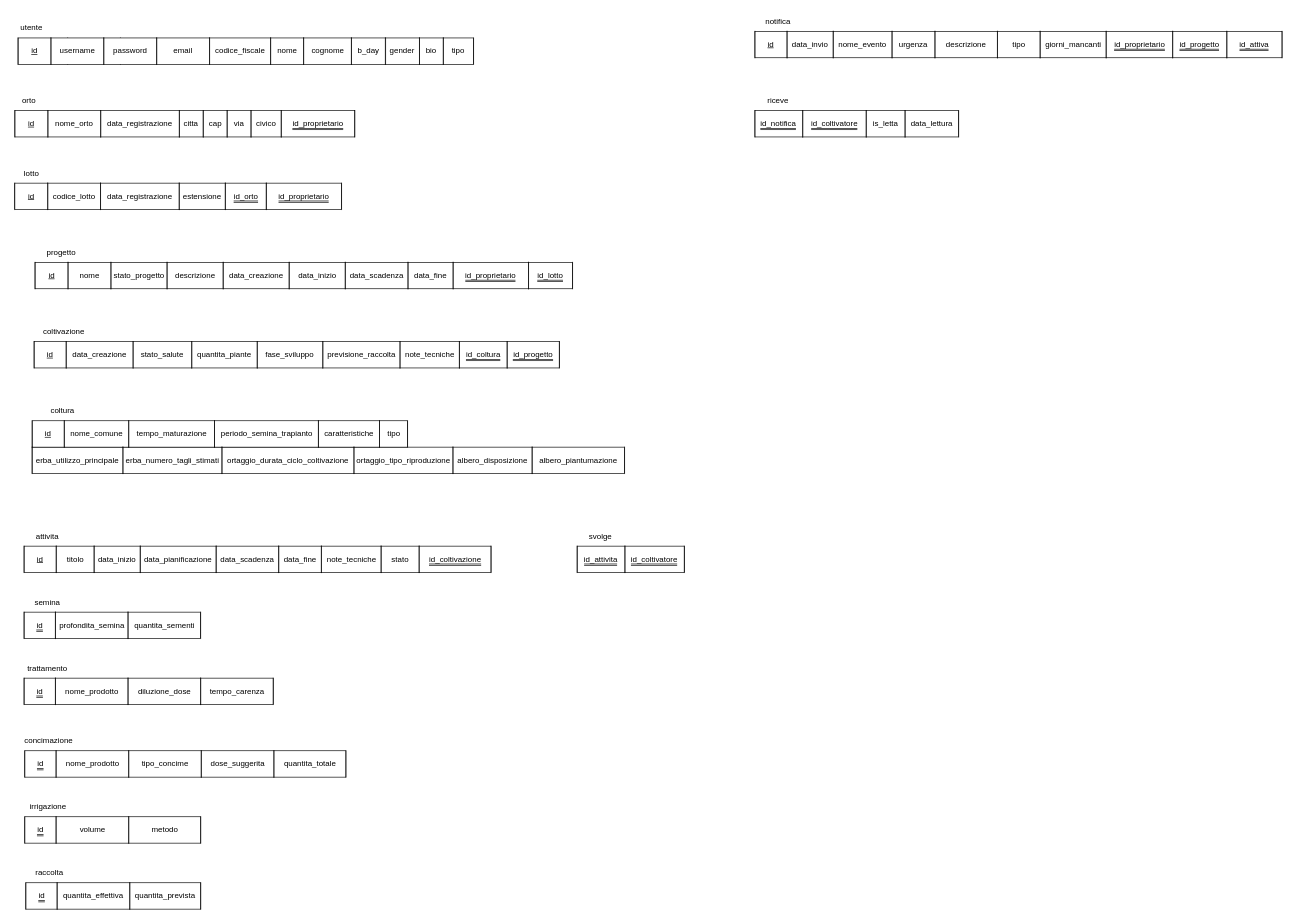
The draw.io diagram page "Logico" (5 of 5) of diagrams/modelli-concettuali-bdd.drawio in Caimano46/UninaBioGarden-OOBD32, before the edit. Source tidied: cells renumbered, new cells numbered last; positions are measured from the earlier drawing's top-left corner, leaving out a move shared by most shapes. Both pictures are drawn from the tidied source at 66%, with x=0, y=0 at pixel (11, 11).
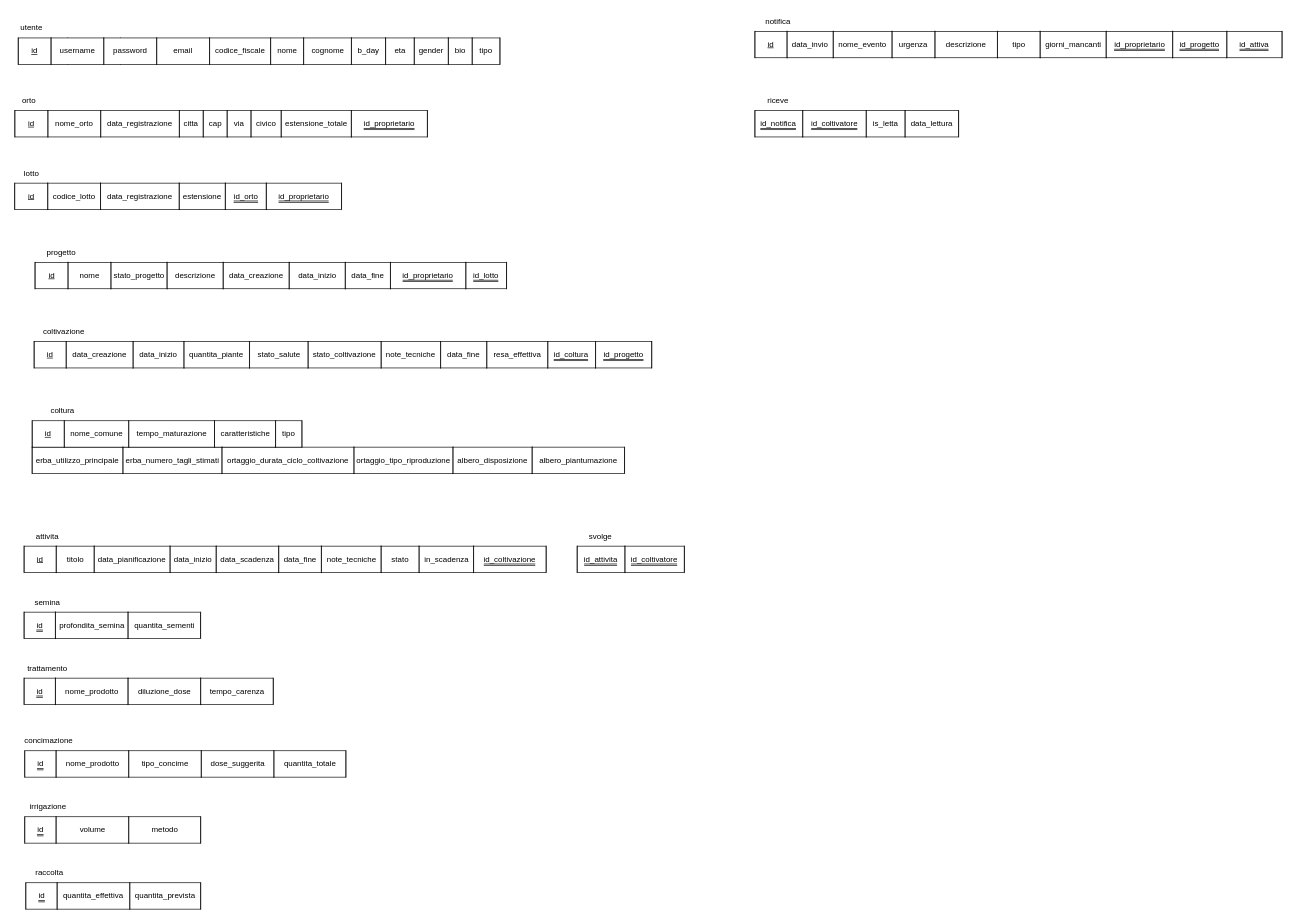
After the change.

What changed in the source:
```diff
@@
     <mxCell id="3" style="rounded=0;whiteSpace=wrap;html=1;" parent="1" vertex="1">
-      <mxGeometry x="5" y="150" width="515" height="40" as="geometry" />
+      <mxGeometry x="5" y="150" width="625" height="40" as="geometry" />
     </mxCell>
@@
     <mxCell id="5" style="rounded=0;whiteSpace=wrap;html=1;" parent="1" vertex="1">
-      <mxGeometry x="10" y="40" width="690" height="40" as="geometry" />
+      <mxGeometry x="10" y="40" width="730" height="40" as="geometry" />
     </mxCell>
@@
     <mxCell id="14" value="gender" style="shape=partialRectangle;whiteSpace=wrap;html=1;top=0;bottom=0;fillColor=none;" parent="1" vertex="1">
-      <mxGeometry x="566.4" y="40" width="51.7" height="40" as="geometry" />
+      <mxGeometry x="610.2" y="40" width="51.7" height="40" as="geometry" />
     </mxCell>
     <mxCell id="15" value="bio" style="shape=partialRectangle;whiteSpace=wrap;html=1;top=0;bottom=0;fillColor=none;" parent="1" vertex="1">
-      <mxGeometry x="618.1" y="40" width="36.2" height="40" as="geometry" />
+      <mxGeometry x="661.8" y="40" width="36.2" height="40" as="geometry" />
     </mxCell>
@@
     <mxCell id="19" value="tipo" style="shape=partialRectangle;whiteSpace=wrap;html=1;top=0;bottom=0;fillColor=none;" parent="1" vertex="1">
-      <mxGeometry x="654.2" y="40" width="45.8" height="40" as="geometry" />
+      <mxGeometry x="698" y="40" width="42" height="40" as="geometry" />
     </mxCell>
@@
     <mxCell id="27" style="rounded=0;whiteSpace=wrap;html=1;" parent="1" vertex="1">
-      <mxGeometry x="35.6" y="380" width="814.4" height="40" as="geometry" />
+      <mxGeometry x="35.6" y="380" width="714.4" height="40" as="geometry" />
     </mxCell>
@@
-    <mxCell id="33" value="data_scadenza" style="shape=partialRectangle;whiteSpace=wrap;html=1;top=0;bottom=0;fillColor=none;" parent="1" vertex="1">
-      <mxGeometry x="505.7" y="380" width="95" height="40" as="geometry" />
-    </mxCell>
     <mxCell id="34" value="data_fine" style="shape=partialRectangle;whiteSpace=wrap;html=1;top=0;bottom=0;fillColor=none;" parent="1" vertex="1">
-      <mxGeometry x="600.7" y="380" width="68.4" height="40" as="geometry" />
+      <mxGeometry x="505.7" y="380" width="68.4" height="40" as="geometry" />
     </mxCell>
     <mxCell id="35" style="rounded=0;whiteSpace=wrap;html=1;" parent="1" vertex="1">
-      <mxGeometry x="34.2" y="500" width="795.8" height="40" as="geometry" />
+      <mxGeometry x="34.2" y="500" width="935.8" height="40" as="geometry" />
     </mxCell>
@@
     <mxCell id="37" value="stato_salute" style="shape=partialRectangle;whiteSpace=wrap;html=1;top=0;bottom=0;fillColor=none;" parent="1" vertex="1">
-      <mxGeometry x="184.2" y="500" width="88.8" height="40" as="geometry" />
+      <mxGeometry x="360.6" y="500" width="88.8" height="40" as="geometry" />
     </mxCell>
     <mxCell id="38" value="quantita_piante" style="shape=partialRectangle;whiteSpace=wrap;html=1;top=0;bottom=0;fillColor=none;" parent="1" vertex="1">
-      <mxGeometry x="273" y="500" width="99.3" height="40" as="geometry" />
+      <mxGeometry x="261.2" y="500" width="99.3" height="40" as="geometry" />
     </mxCell>
-    <mxCell id="39" value="fase_sviluppo" style="shape=partialRectangle;whiteSpace=wrap;html=1;top=0;bottom=0;fillColor=none;" parent="1" vertex="1">
-      <mxGeometry x="372.3" y="500" width="99.3" height="40" as="geometry" />
+    <mxCell id="39" value="stato_coltivazione" style="shape=partialRectangle;whiteSpace=wrap;html=1;top=0;bottom=0;fillColor=none;" parent="1" vertex="1">
+      <mxGeometry x="449.3" y="500" width="110.7" height="40" as="geometry" />
     </mxCell>
-    <mxCell id="40" value="previsione_raccolta" style="shape=partialRectangle;whiteSpace=wrap;html=1;top=0;bottom=0;fillColor=none;" parent="1" vertex="1">
-      <mxGeometry x="471.6" y="500" width="117" height="40" as="geometry" />
-    </mxCell>
     <mxCell id="41" value="note_tecniche" style="shape=partialRectangle;whiteSpace=wrap;html=1;top=0;bottom=0;fillColor=none;" parent="1" vertex="1">
-      <mxGeometry x="588.6" y="500" width="90" height="40" as="geometry" />
+      <mxGeometry x="560.1" y="500" width="90" height="40" as="geometry" />
     </mxCell>
     <mxCell id="42" style="rounded=0;whiteSpace=wrap;html=1;" parent="1" vertex="1">
-      <mxGeometry x="31.3" y="620" width="568.7" height="40" as="geometry" />
+      <mxGeometry x="31.3" y="620" width="408.7" height="40" as="geometry" />
     </mxCell>
@@
-    <mxCell id="46" value="periodo_semina_trapianto" style="shape=partialRectangle;whiteSpace=wrap;html=1;top=0;bottom=0;fillColor=none;" parent="1" vertex="1">
-      <mxGeometry x="307.5" y="620" width="157.5" height="40" as="geometry" />
-    </mxCell>
     <mxCell id="47" value="caratteristiche" style="shape=partialRectangle;whiteSpace=wrap;html=1;top=0;bottom=0;fillColor=none;" parent="1" vertex="1">
-      <mxGeometry x="465" y="620" width="92.5" height="40" as="geometry" />
+      <mxGeometry x="307.5" y="620" width="92.5" height="40" as="geometry" />
     </mxCell>
     <mxCell id="48" value="tipo" style="shape=partialRectangle;whiteSpace=wrap;html=1;top=0;bottom=0;fillColor=none;" parent="1" vertex="1">
-      <mxGeometry x="557.5" y="620" width="42.5" height="40" as="geometry" />
+      <mxGeometry x="400" y="620" width="40" height="40" as="geometry" />
     </mxCell>
@@
     <mxCell id="55" style="rounded=0;whiteSpace=wrap;html=1;" parent="1" vertex="1">
-      <mxGeometry x="19" y="810" width="707.5" height="40" as="geometry" />
+      <mxGeometry x="19" y="810" width="791" height="40" as="geometry" />
     </mxCell>
@@
     <mxCell id="58" value="data_inizio" style="shape=partialRectangle;whiteSpace=wrap;html=1;top=0;bottom=0;fillColor=none;" parent="1" vertex="1">
-      <mxGeometry x="125" y="810" width="70" height="40" as="geometry" />
+      <mxGeometry x="240.2" y="810" width="70" height="40" as="geometry" />
     </mxCell>
@@
     <mxCell id="76" value="data_pianificazione" style="shape=partialRectangle;whiteSpace=wrap;html=1;top=0;bottom=0;fillColor=none;" parent="1" vertex="1">
-      <mxGeometry x="195.1" y="810" width="115" height="40" as="geometry" />
+      <mxGeometry x="125.2" y="810" width="115" height="40" as="geometry" />
     </mxCell>
     <mxCell id="77" value="&lt;span style=&quot;border-bottom: 3px double;&quot;&gt;id_coltivazione&lt;/span&gt;" style="shape=partialRectangle;whiteSpace=wrap;html=1;top=0;bottom=0;fillColor=none;" parent="1" vertex="1">
-      <mxGeometry x="617.7" y="810" width="108.8" height="40" as="geometry" />
+      <mxGeometry x="700" y="810" width="110" height="40" as="geometry" />
     </mxCell>
@@
     <mxCell id="113" value="&lt;u&gt;id&lt;/u&gt;" style="shape=partialRectangle;whiteSpace=wrap;html=1;top=0;bottom=0;fillColor=none;" parent="1" vertex="1">
-      <mxGeometry x="9.7" y="40" width="50" height="40" as="geometry" />
+      <mxGeometry x="10.3" y="40" width="49.7" height="40" as="geometry" />
     </mxCell>
@@
     <mxCell id="126" value="&lt;span style=&quot;border-bottom: 3px double;&quot;&gt;id_proprietario&lt;/span&gt;" style="shape=partialRectangle;whiteSpace=wrap;html=1;top=0;bottom=0;fillColor=none;" parent="1" vertex="1">
-      <mxGeometry x="408.8" y="150" width="111.2" height="40" as="geometry" />
+      <mxGeometry x="514.9" y="150" width="115.1" height="40" as="geometry" />
     </mxCell>
@@
     <mxCell id="129" value="&lt;span style=&quot;border-bottom: 3px double;&quot;&gt;id_proprietario&lt;/span&gt;" style="shape=partialRectangle;whiteSpace=wrap;html=1;top=0;bottom=0;fillColor=none;" parent="1" vertex="1">
-      <mxGeometry x="669.1" y="380" width="114.2" height="40" as="geometry" />
+      <mxGeometry x="574.1" y="380" width="114.2" height="40" as="geometry" />
     </mxCell>
     <mxCell id="130" value="&lt;span style=&quot;border-bottom: 3px double;&quot;&gt;id_lotto&lt;/span&gt;" style="shape=partialRectangle;whiteSpace=wrap;html=1;top=0;bottom=0;fillColor=none;" parent="1" vertex="1">
-      <mxGeometry x="783.3" y="380" width="66.7" height="40" as="geometry" />
+      <mxGeometry x="688.3" y="380" width="61.7" height="40" as="geometry" />
     </mxCell>
     <mxCell id="131" value="&lt;span style=&quot;border-bottom: 3px double;&quot;&gt;id_coltura&lt;/span&gt;" style="shape=partialRectangle;whiteSpace=wrap;html=1;top=0;bottom=0;fillColor=none;" parent="1" vertex="1">
-      <mxGeometry x="678.6" y="500" width="72.4" height="40" as="geometry" />
+      <mxGeometry x="812.4" y="500" width="72.4" height="40" as="geometry" />
     </mxCell>
     <mxCell id="132" value="&lt;span style=&quot;border-bottom: 3px double;&quot;&gt;id_progetto&lt;/span&gt;" style="shape=partialRectangle;whiteSpace=wrap;html=1;top=0;bottom=0;fillColor=none;" parent="1" vertex="1">
-      <mxGeometry x="750.9" y="500" width="79.1" height="40" as="geometry" />
+      <mxGeometry x="884.9" y="500" width="85.1" height="40" as="geometry" />
     </mxCell>
+    <mxCell id="133" value="eta" style="shape=partialRectangle;whiteSpace=wrap;html=1;top=0;bottom=0;fillColor=none;" parent="1" vertex="1">
+      <mxGeometry x="566.7" y="40" width="43.5" height="40" as="geometry" />
+    </mxCell>
+    <mxCell id="134" value="estensione_totale" style="shape=partialRectangle;whiteSpace=wrap;html=1;top=0;bottom=0;fillColor=none;" parent="1" vertex="1">
+      <mxGeometry x="408.6" y="150" width="106.3" height="40" as="geometry" />
+    </mxCell>
+    <mxCell id="135" value="data_inizio" style="shape=partialRectangle;whiteSpace=wrap;html=1;top=0;bottom=0;fillColor=none;" parent="1" vertex="1">
+      <mxGeometry x="184.2" y="500" width="77" height="40" as="geometry" />
+    </mxCell>
+    <mxCell id="136" value="data_fine" style="shape=partialRectangle;whiteSpace=wrap;html=1;top=0;bottom=0;fillColor=none;" parent="1" vertex="1">
+      <mxGeometry x="650" y="500" width="70" height="40" as="geometry" />
+    </mxCell>
+    <mxCell id="137" value="resa_effettiva" style="shape=partialRectangle;whiteSpace=wrap;html=1;top=0;bottom=0;fillColor=none;" parent="1" vertex="1">
+      <mxGeometry x="720" y="500" width="92.5" height="40" as="geometry" />
+    </mxCell>
+    <mxCell id="138" value="in_scadenza" style="shape=partialRectangle;whiteSpace=wrap;html=1;top=0;bottom=0;fillColor=none;" parent="1" vertex="1">
+      <mxGeometry x="617.5" y="810" width="82.5" height="40" as="geometry" />
+    </mxCell>
```
